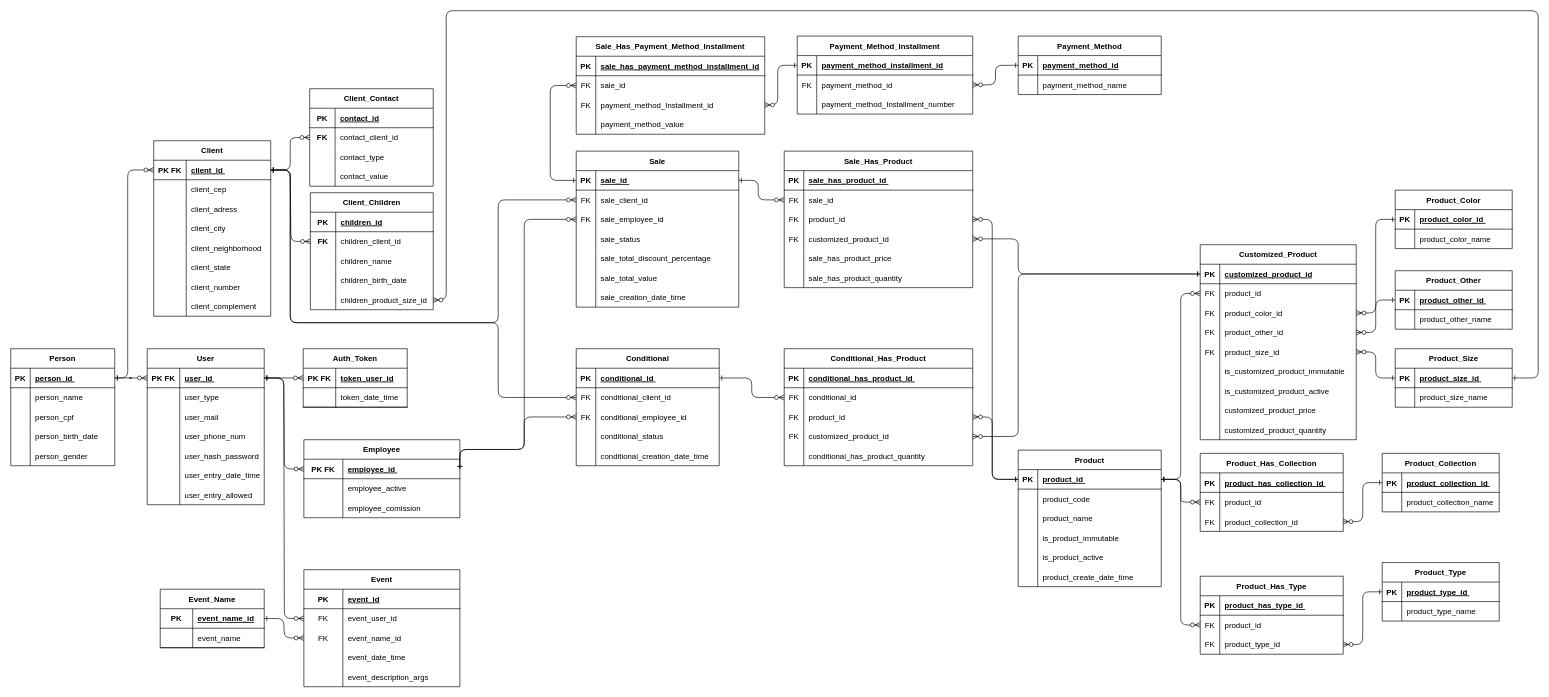
VCalixtoR/gestaomt-back keeps this draw.io diagram as documentation/others/RelationalDB.drawio. Above is the earlier version. Source tidied: cells renumbered, new cells numbered last; positions are measured from the earlier drawing's top-left corner, leaving out a move shared by most shapes. Both pictures are drawn from the tidied source at 65%, with x=0, y=0 at pixel (10, 10).
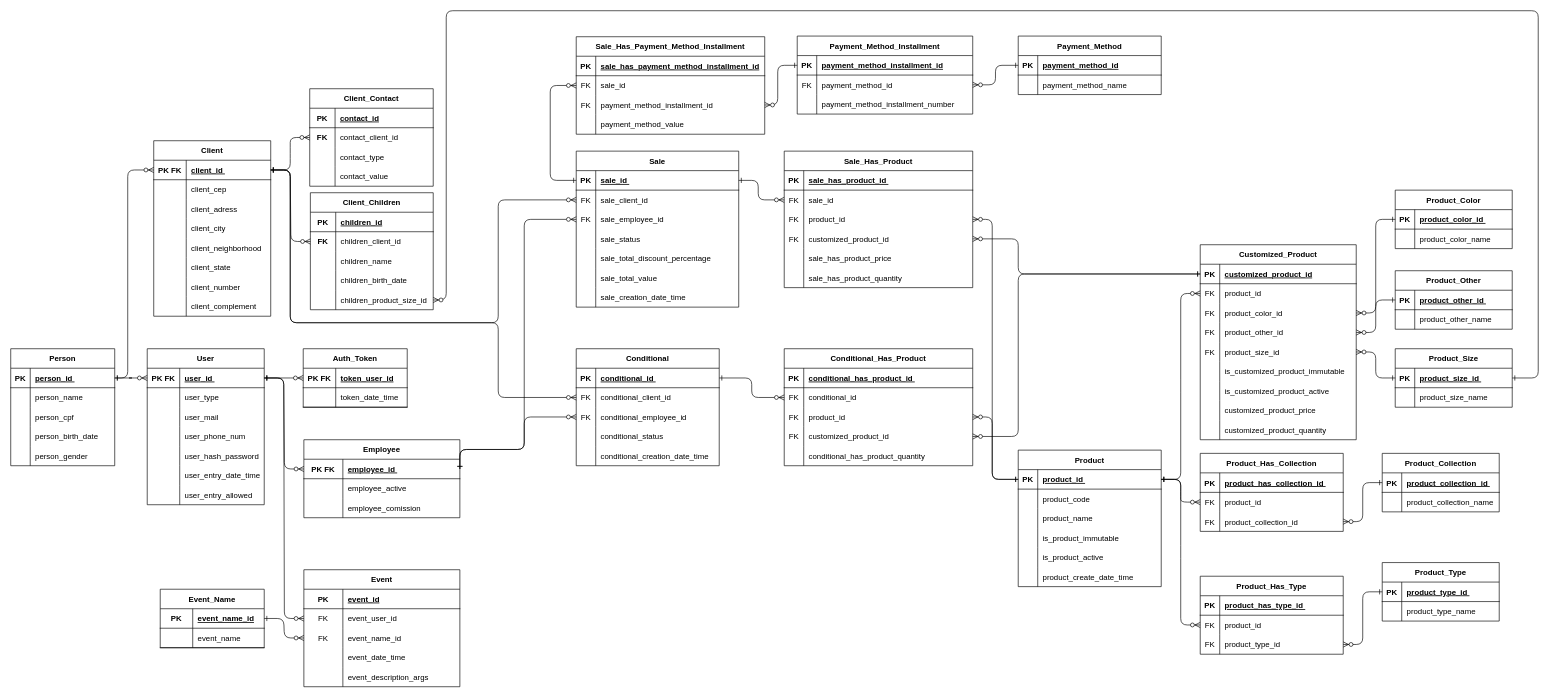
The same page after the edit.

Commit message (it also covers changes not shown here):
refactor: name payment_method_Installment_number

The change refers to these unchanged cells:
```xml
<mxCell id="331" style="shape=partialRectangle;fillColor=none;top=0;left=0;right=0;bottom=0;" parent="324" vertex="1">
  <mxGeometry y="90" width="270" height="30" as="geometry" />
</mxCell>
<mxCell id="361" style="shape=partialRectangle;fillColor=none;points=[[0,0.5],[1,0.5]];portConstraint=eastwest;top=0;left=0;right=0;bottom=0;" parent="354" vertex="1">
  <mxGeometry y="90" width="290" height="30" as="geometry" />
</mxCell>
```

The edit, as a diff of the source:
```diff
@@
-    <mxCell id="333" value="payment_method_Installment_number" style="shape=partialRectangle;overflow=hidden;fillColor=none;top=0;left=0;bottom=0;right=0;align=left;spacingLeft=6;spacingTop=0;" parent="331" vertex="1">
+    <mxCell id="333" value="payment_method_installment_number" style="shape=partialRectangle;overflow=hidden;fillColor=none;top=0;left=0;bottom=0;right=0;align=left;spacingLeft=6;spacingTop=0;" parent="331" vertex="1">
       <mxGeometry x="30" width="240" height="30" as="geometry" />
     </mxCell>
@@
-    <mxCell id="363" value="payment_method_Installment_id" style="shape=partialRectangle;overflow=hidden;fillColor=none;top=0;left=0;bottom=0;right=0;align=left;spacingLeft=6;spacingTop=0;" parent="361" vertex="1">
+    <mxCell id="363" value="payment_method_installment_id" style="shape=partialRectangle;overflow=hidden;fillColor=none;top=0;left=0;bottom=0;right=0;align=left;spacingLeft=6;spacingTop=0;" parent="361" vertex="1">
       <mxGeometry x="30" width="260" height="30" as="geometry" />
     </mxCell>
```
